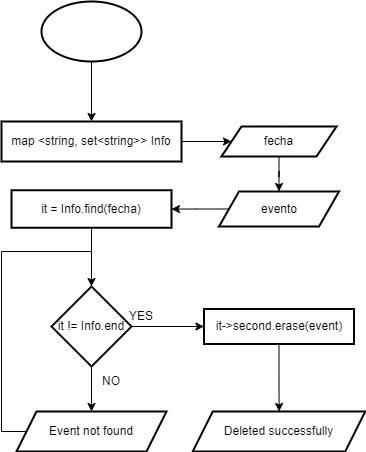
Above: Untitled Diagram.drawio.png in NicoleLozadaLeon/DiagramasDeFlujo (draw.io), before the change. Source tidied: cells renumbered, new cells last; positions are measured from the earlier drawing's top-left corner, leaving out a move shared by most shapes. The source it was exported from:
```xml
<mxGraphModel>
  <root>
    <mxCell id="0" />
    <mxCell id="1" parent="0" />
    <mxCell id="2" style="edgeStyle=orthogonalEdgeStyle;rounded=0;jettySize=auto;html=1;" parent="1" edge="1" source="3" target="5">
      <mxGeometry relative="1" as="geometry" />
    </mxCell>
    <mxCell id="3" style="strokeWidth=2;html=1;shape=mxgraph.flowchart.start_1;whiteSpace=wrap;" parent="1" vertex="1">
      <mxGeometry x="40" width="100" height="60" as="geometry" />
    </mxCell>
    <mxCell id="4" style="edgeStyle=orthogonalEdgeStyle;rounded=0;jettySize=auto;html=1;" parent="1" edge="1" source="5" target="7">
      <mxGeometry relative="1" as="geometry" />
    </mxCell>
    <mxCell id="5" value="map &amp;lt;string, set&amp;lt;string&amp;gt;&amp;gt; Info" style="whiteSpace=wrap;html=1;strokeWidth=2;" parent="1" vertex="1">
      <mxGeometry y="120" width="180" height="40" as="geometry" />
    </mxCell>
    <mxCell id="6" style="edgeStyle=orthogonalEdgeStyle;rounded=0;jettySize=auto;html=1;" parent="1" edge="1" source="7" target="9">
      <mxGeometry relative="1" as="geometry" />
    </mxCell>
    <mxCell id="7" value="fecha" style="shape=parallelogram;perimeter=parallelogramPerimeter;whiteSpace=wrap;html=1;fixedSize=1;strokeWidth=2;" parent="1" vertex="1">
      <mxGeometry x="220" y="125" width="115" height="30" as="geometry" />
    </mxCell>
    <mxCell id="8" style="edgeStyle=orthogonalEdgeStyle;rounded=0;jettySize=auto;html=1;" parent="1" edge="1" source="9" target="11">
      <mxGeometry relative="1" as="geometry" />
    </mxCell>
    <mxCell id="9" value="evento" style="shape=parallelogram;perimeter=parallelogramPerimeter;whiteSpace=wrap;html=1;fixedSize=1;strokeWidth=2;" parent="1" vertex="1">
      <mxGeometry x="217.5" y="190" width="120" height="35" as="geometry" />
    </mxCell>
    <mxCell id="10" style="edgeStyle=orthogonalEdgeStyle;rounded=0;jettySize=auto;html=1;" parent="1" edge="1" source="11" target="14">
      <mxGeometry relative="1" as="geometry" />
    </mxCell>
    <mxCell id="11" value="it = Info.find(fecha)" style="whiteSpace=wrap;html=1;strokeWidth=2;" parent="1" vertex="1">
      <mxGeometry x="10" y="188.8" width="160" height="37.5" as="geometry" />
    </mxCell>
    <mxCell id="12" style="edgeStyle=orthogonalEdgeStyle;rounded=0;jettySize=auto;html=1;" parent="1" edge="1" source="14" target="16">
      <mxGeometry relative="1" as="geometry" />
    </mxCell>
    <mxCell id="13" style="edgeStyle=orthogonalEdgeStyle;rounded=0;jettySize=auto;html=1;" parent="1" edge="1" source="14" target="17">
      <mxGeometry relative="1" as="geometry" />
    </mxCell>
    <mxCell id="14" value="it != Info.end" style="rhombus;whiteSpace=wrap;html=1;strokeWidth=2;" parent="1" vertex="1">
      <mxGeometry x="50" y="285" width="80" height="80" as="geometry" />
    </mxCell>
    <mxCell id="15" style="edgeStyle=orthogonalEdgeStyle;rounded=0;jettySize=auto;html=1;" parent="1" edge="1" source="16" target="18">
      <mxGeometry relative="1" as="geometry" />
    </mxCell>
    <mxCell id="16" value="it-&amp;gt;second.erase(event)" style="whiteSpace=wrap;html=1;strokeWidth=2;" parent="1" vertex="1">
      <mxGeometry x="202.5" y="307.5" width="150" height="35" as="geometry" />
    </mxCell>
    <mxCell id="17" value="Event not found" style="shape=parallelogram;perimeter=parallelogramPerimeter;whiteSpace=wrap;html=1;fixedSize=1;strokeWidth=2;" parent="1" vertex="1">
      <mxGeometry x="15" y="410" width="150" height="40" as="geometry" />
    </mxCell>
    <mxCell id="18" value="Deleted successfully" style="shape=parallelogram;perimeter=parallelogramPerimeter;whiteSpace=wrap;html=1;fixedSize=1;strokeWidth=2;" parent="1" vertex="1">
      <mxGeometry x="191.2" y="410" width="172.5" height="40" as="geometry" />
    </mxCell>
    <mxCell id="19" value="YES" style="text;html=1;align=center;verticalAlign=middle;whiteSpace=wrap;rounded=0;" parent="1" vertex="1">
      <mxGeometry x="110" y="300" width="60" height="30" as="geometry" />
    </mxCell>
    <mxCell id="20" value="NO" style="text;html=1;align=center;verticalAlign=middle;whiteSpace=wrap;rounded=0;" parent="1" vertex="1">
      <mxGeometry x="80" y="365" width="60" height="30" as="geometry" />
    </mxCell>
    <mxCell id="21" style="endArrow=none;html=1;rounded=0;" parent="1" edge="1" source="17">
      <mxGeometry relative="1" as="geometry">
        <mxPoint x="90" y="250" as="targetPoint" />
        <Array as="points">
          <mxPoint y="430" />
          <mxPoint y="250" />
        </Array>
      </mxGeometry>
    </mxCell>
  </root>
</mxGraphModel>
```
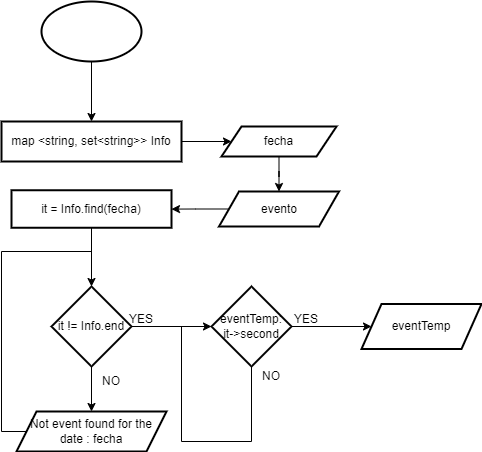
The same diagram one commit later.

Diff of the diagram source:
```diff
@@ -32,29 +32,20 @@
     <mxCell id="11" value="it = Info.find(fecha)" style="whiteSpace=wrap;html=1;strokeWidth=2;" parent="1" vertex="1">
       <mxGeometry x="10" y="188.8" width="160" height="37.5" as="geometry" />
     </mxCell>
-    <mxCell id="12" style="edgeStyle=orthogonalEdgeStyle;rounded=0;jettySize=auto;html=1;" parent="1" edge="1" source="14" target="16">
-      <mxGeometry relative="1" as="geometry" />
-    </mxCell>
     <mxCell id="13" style="edgeStyle=orthogonalEdgeStyle;rounded=0;jettySize=auto;html=1;" parent="1" edge="1" source="14" target="17">
       <mxGeometry relative="1" as="geometry" />
     </mxCell>
+    <mxCell id="22" style="edgeStyle=orthogonalEdgeStyle;rounded=0;jettySize=auto;html=1;" parent="1" edge="1" source="14" target="24">
+      <mxGeometry relative="1" as="geometry" />
+    </mxCell>
     <mxCell id="14" value="it != Info.end" style="rhombus;whiteSpace=wrap;html=1;strokeWidth=2;" parent="1" vertex="1">
       <mxGeometry x="50" y="285" width="80" height="80" as="geometry" />
     </mxCell>
-    <mxCell id="15" style="edgeStyle=orthogonalEdgeStyle;rounded=0;jettySize=auto;html=1;" parent="1" edge="1" source="16" target="18">
-      <mxGeometry relative="1" as="geometry" />
-    </mxCell>
-    <mxCell id="16" value="it-&amp;gt;second.erase(event)" style="whiteSpace=wrap;html=1;strokeWidth=2;" parent="1" vertex="1">
-      <mxGeometry x="202.5" y="307.5" width="150" height="35" as="geometry" />
-    </mxCell>
-    <mxCell id="17" value="Event not found" style="shape=parallelogram;perimeter=parallelogramPerimeter;whiteSpace=wrap;html=1;fixedSize=1;strokeWidth=2;" parent="1" vertex="1">
+    <mxCell id="17" value="Not event found for the date : fecha" style="shape=parallelogram;perimeter=parallelogramPerimeter;whiteSpace=wrap;html=1;fixedSize=1;strokeWidth=2;" parent="1" vertex="1">
       <mxGeometry x="15" y="410" width="150" height="40" as="geometry" />
     </mxCell>
-    <mxCell id="18" value="Deleted successfully" style="shape=parallelogram;perimeter=parallelogramPerimeter;whiteSpace=wrap;html=1;fixedSize=1;strokeWidth=2;" parent="1" vertex="1">
-      <mxGeometry x="191.2" y="410" width="172.5" height="40" as="geometry" />
-    </mxCell>
     <mxCell id="19" value="YES" style="text;html=1;align=center;verticalAlign=middle;whiteSpace=wrap;rounded=0;" parent="1" vertex="1">
-      <mxGeometry x="110" y="300" width="60" height="30" as="geometry" />
+      <mxGeometry x="110" y="302.5" width="60" height="30" as="geometry" />
     </mxCell>
     <mxCell id="20" value="NO" style="text;html=1;align=center;verticalAlign=middle;whiteSpace=wrap;rounded=0;" parent="1" vertex="1">
       <mxGeometry x="80" y="365" width="60" height="30" as="geometry" />
@@ -68,5 +59,29 @@
         </Array>
       </mxGeometry>
     </mxCell>
+    <mxCell id="23" style="edgeStyle=orthogonalEdgeStyle;rounded=0;jettySize=auto;html=1;" parent="1" edge="1" source="24" target="25">
+      <mxGeometry relative="1" as="geometry" />
+    </mxCell>
+    <mxCell id="24" value="eventTemp:&lt;div&gt;it-&amp;gt;second&lt;/div&gt;" style="rhombus;whiteSpace=wrap;html=1;strokeWidth=2;" parent="1" vertex="1">
+      <mxGeometry x="210" y="285" width="80" height="80" as="geometry" />
+    </mxCell>
+    <mxCell id="25" value="eventTemp" style="shape=parallelogram;perimeter=parallelogramPerimeter;whiteSpace=wrap;html=1;fixedSize=1;strokeWidth=2;" parent="1" vertex="1">
+      <mxGeometry x="360" y="302.5" width="120" height="45" as="geometry" />
+    </mxCell>
+    <mxCell id="26" value="YES" style="text;html=1;align=center;verticalAlign=middle;whiteSpace=wrap;rounded=0;" parent="1" vertex="1">
+      <mxGeometry x="275" y="302.5" width="60" height="30" as="geometry" />
+    </mxCell>
+    <mxCell id="27" style="endArrow=none;html=1;rounded=0;exitX=0.5;exitY=1;exitDx=0;exitDy=0;" parent="1" edge="1" source="24">
+      <mxGeometry relative="1" as="geometry">
+        <mxPoint x="180" y="325" as="targetPoint" />
+        <Array as="points">
+          <mxPoint x="250" y="440" />
+          <mxPoint x="180" y="440" />
+        </Array>
+      </mxGeometry>
+    </mxCell>
+    <mxCell id="28" value="NO" style="text;html=1;align=center;verticalAlign=middle;whiteSpace=wrap;rounded=0;" parent="1" vertex="1">
+      <mxGeometry x="240" y="360" width="60" height="30" as="geometry" />
+    </mxCell>
   </root>
 </mxGraphModel>
```
